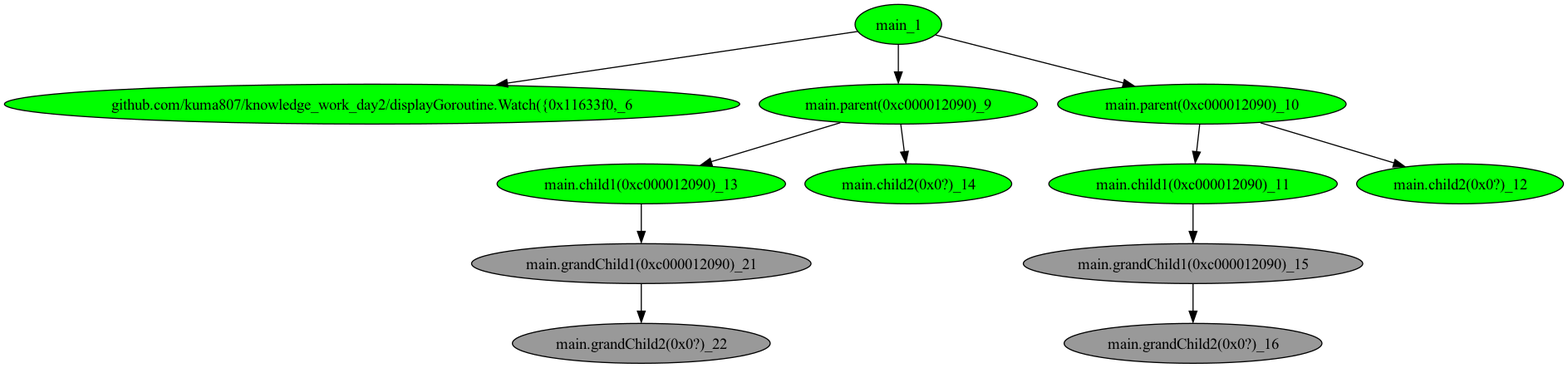
The Graphviz diagram main_testGoroutine/tree_8.png in kuma807/knowledge_work_day2, before a commit. Its source is kept beside it as main_testGoroutine/tree_8.dot.
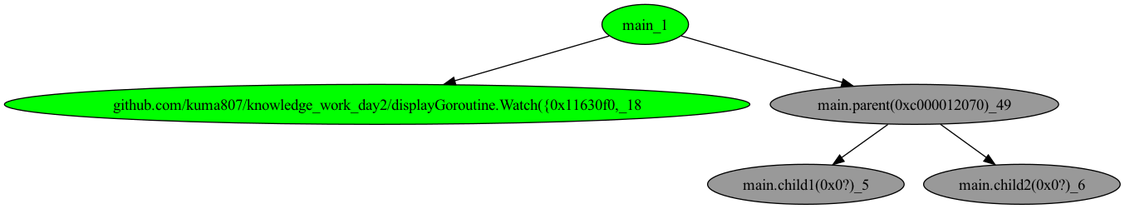
Later version of the same file.

The edit, as a diff of the source:
```diff
@@ -1,26 +1,12 @@
 digraph G {
-	"main_1"->"github.com/kuma807/knowledge_work_day2/displayGoroutine.Watch({0x11633f0,_6";
-	"main_1"->"main.parent(0xc000012090)_9";
-	"main_1"->"main.parent(0xc000012090)_10";
-	"main.parent(0xc000012090)_10"->"main.child1(0xc000012090)_11";
-	"main.parent(0xc000012090)_10"->"main.child2(0x0?)_12";
-	"main.parent(0xc000012090)_9"->"main.child1(0xc000012090)_13";
-	"main.parent(0xc000012090)_9"->"main.child2(0x0?)_14";
-	"main.child1(0xc000012090)_11"->"main.grandChild1(0xc000012090)_15";
-	"main.grandChild1(0xc000012090)_15"->"main.grandChild2(0x0?)_16";
-	"main.child1(0xc000012090)_13"->"main.grandChild1(0xc000012090)_21";
-	"main.grandChild1(0xc000012090)_21"->"main.grandChild2(0x0?)_22";
-	"github.com/kuma807/knowledge_work_day2/displayGoroutine.Watch({0x11633f0,_6" [ fillcolor="#00FF00", style="solid,filled" ];
-	"main.child1(0xc000012090)_11" [ fillcolor="#00FF00", style="solid,filled" ];
-	"main.child1(0xc000012090)_13" [ fillcolor="#00FF00", style="solid,filled" ];
-	"main.child2(0x0?)_12" [ fillcolor="#00FF00", style="solid,filled" ];
-	"main.child2(0x0?)_14" [ fillcolor="#00FF00", style="solid,filled" ];
-	"main.grandChild1(0xc000012090)_15" [ fillcolor="#999999", style="solid,filled" ];
-	"main.grandChild1(0xc000012090)_21" [ fillcolor="#999999", style="solid,filled" ];
-	"main.grandChild2(0x0?)_16" [ fillcolor="#999999", style="solid,filled" ];
-	"main.grandChild2(0x0?)_22" [ fillcolor="#999999", style="solid,filled" ];
-	"main.parent(0xc000012090)_10" [ fillcolor="#00FF00", style="solid,filled" ];
-	"main.parent(0xc000012090)_9" [ fillcolor="#00FF00", style="solid,filled" ];
+	"main_1"->"github.com/kuma807/knowledge_work_day2/displayGoroutine.Watch({0x11630f0,_18";
+	"main_1"->"main.parent(0xc000012070)_49";
+	"main.parent(0xc000012070)_49"->"main.child1(0x0?)_5";
+	"main.parent(0xc000012070)_49"->"main.child2(0x0?)_6";
+	"github.com/kuma807/knowledge_work_day2/displayGoroutine.Watch({0x11630f0,_18" [ fillcolor="#00FF00", style="solid,filled" ];
+	"main.child1(0x0?)_5" [ fillcolor="#999999", style="solid,filled" ];
+	"main.child2(0x0?)_6" [ fillcolor="#999999", style="solid,filled" ];
+	"main.parent(0xc000012070)_49" [ fillcolor="#999999", style="solid,filled" ];
 	"main_1" [ fillcolor="#00FF00", style="solid,filled" ];
 
 }
```
